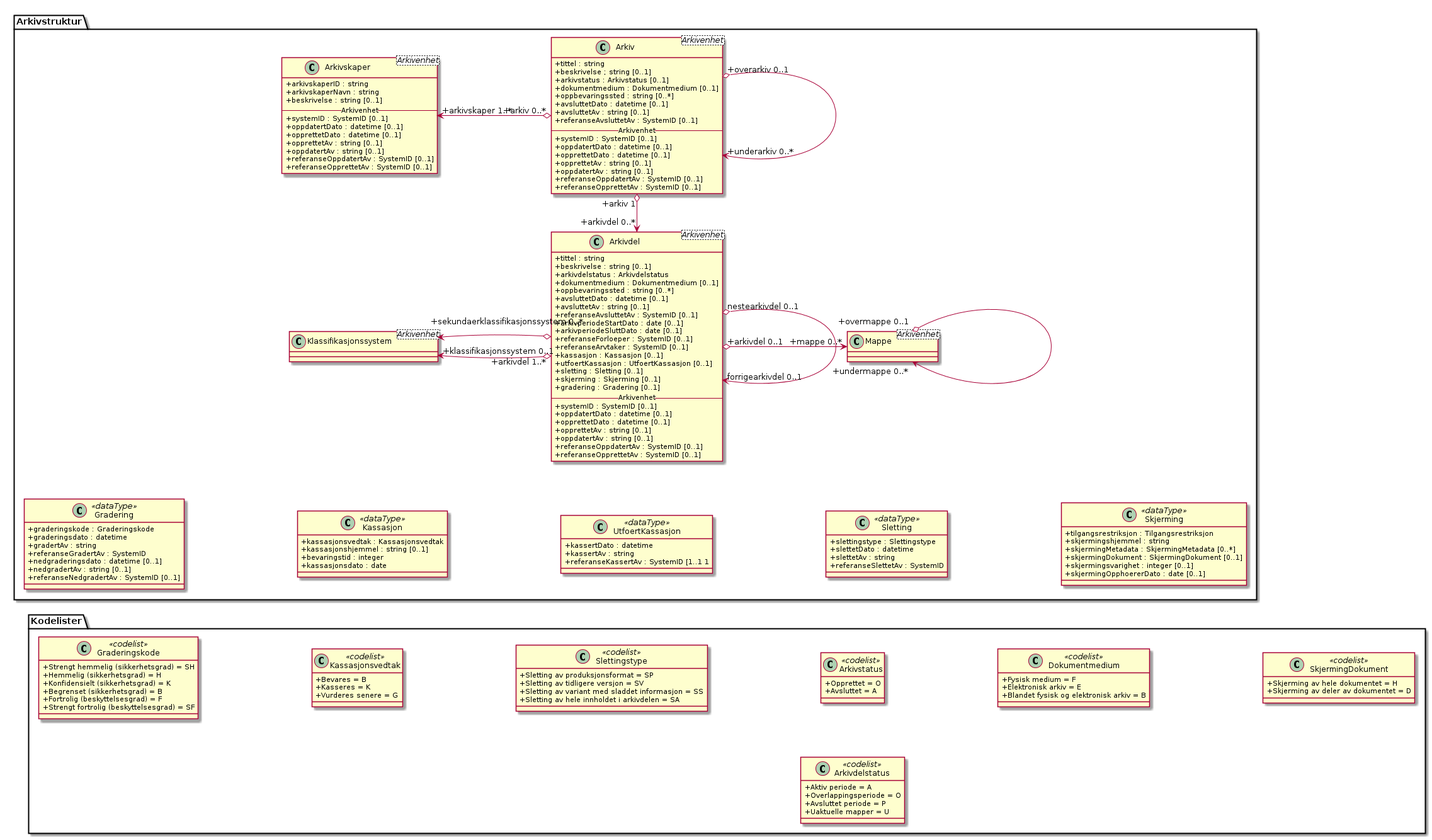
Above: kapitler/media/uml-arkivstruktur-arkiv-og-arkivdel.png in arkivverket/noark5-tjenestegrensesnitt-standard (PlantUML), before the change.
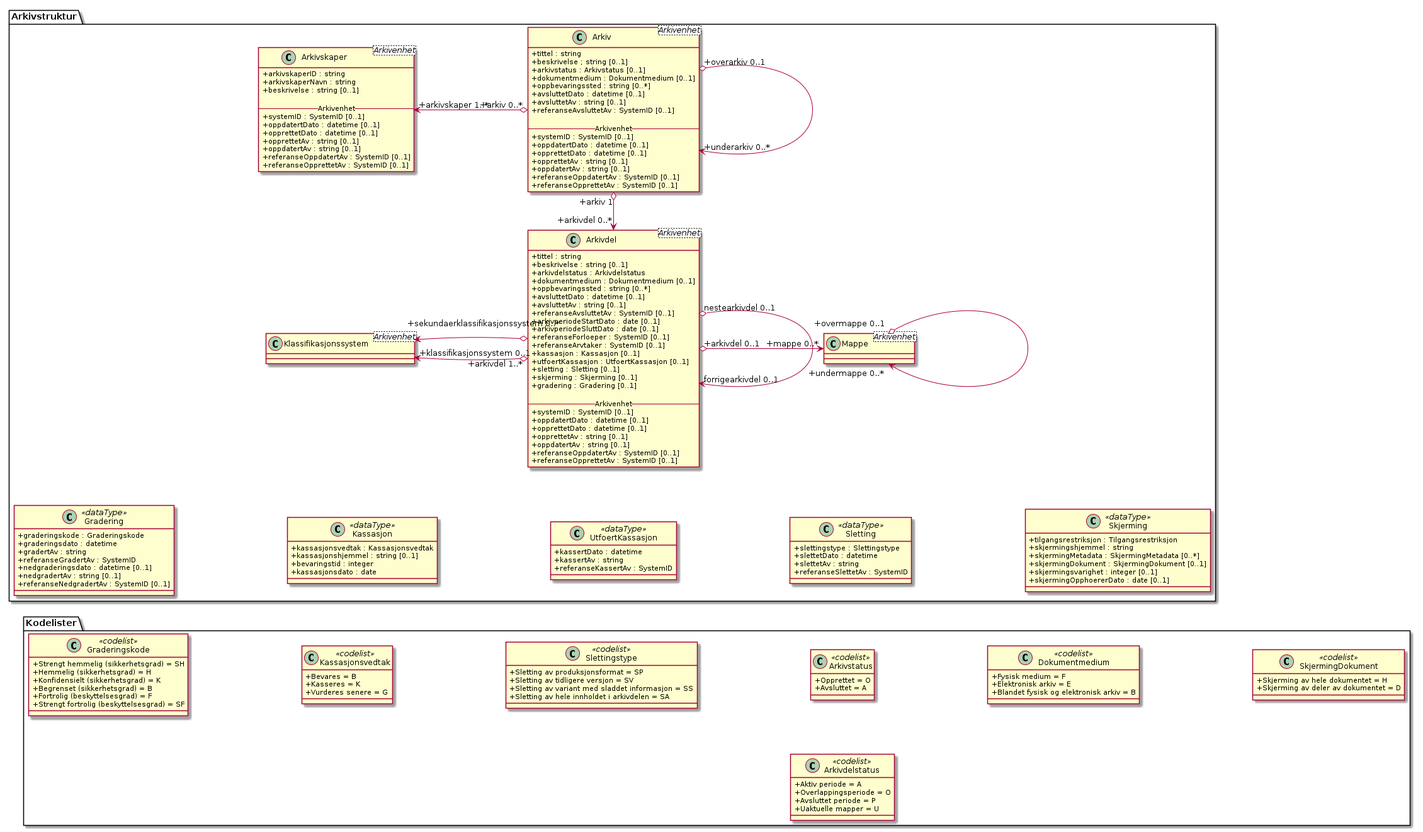
After the commit.

The edit, as a diff of the source:
```diff
@@ -89,7 +89,7 @@
 class Arkivstruktur.UtfoertKassasjon <<dataType>> {
   +kassertDato : datetime
   +kassertAv : string
-  +referanseKassertAv : SystemID [1..1 1
+  +referanseKassertAv : SystemID
 }
 class Arkivstruktur.Sletting <<dataType>> {
   +slettingstype : Slettingstype
```
